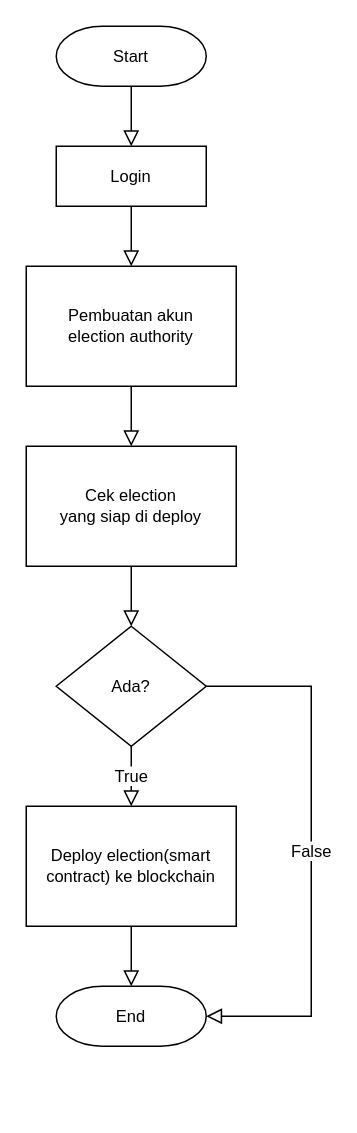
Before: page "super-admin" (9 of 11) of flowchart.drawio in cekingx/diagram-simvoni, a draw.io diagram. Source tidied: cells renumbered, new cells numbered last; positions are measured from the earlier drawing's top-left corner, leaving out a move shared by most shapes. Both pictures are drawn from the tidied source at 150%, with x=0, y=0 at pixel (26, 26).
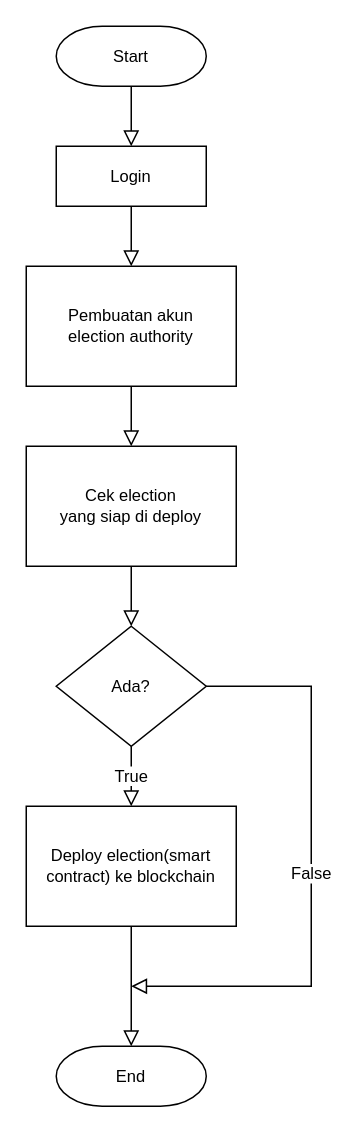
The same diagram, later.

What changed in the source:
```diff
@@
 <mxGraphModel>
   <root>
     <mxCell id="0" />
     <mxCell id="1" parent="0" />
     <mxCell id="2" style="edgeStyle=orthogonalEdgeStyle;rounded=0;jettySize=auto;html=1;entryX=0.5;entryY=0;entryDx=0;entryDy=0;shadow=0;strokeWidth=1;labelBackgroundColor=none;endFill=0;endArrow=block;endSize=8;" parent="1" edge="1" source="3" target="5">
       <mxGeometry relative="1" as="geometry" />
     </mxCell>
     <mxCell id="3" value="Start" style="strokeWidth=1;html=1;shape=mxgraph.flowchart.terminator;whiteSpace=wrap;rounded=0;shadow=0;fontSize=11;endFill=0;endArrow=block;endSize=8;" parent="1" vertex="1">
       <mxGeometry x="20" width="100" height="40" as="geometry" />
     </mxCell>
     <mxCell id="4" style="edgeStyle=orthogonalEdgeStyle;rounded=0;jettySize=auto;html=1;entryX=0.5;entryY=0;entryDx=0;entryDy=0;shadow=0;strokeWidth=1;labelBackgroundColor=none;endFill=0;endArrow=block;endSize=8;" parent="1" edge="1" source="5" target="7">
       <mxGeometry relative="1" as="geometry" />
     </mxCell>
     <mxCell id="5" value="Login" style="rounded=0;whiteSpace=wrap;html=1;absoluteArcSize=1;strokeWidth=1;shadow=0;fontSize=11;endFill=0;endArrow=block;endSize=8;" parent="1" vertex="1">
       <mxGeometry x="20" y="80" width="100" height="40" as="geometry" />
     </mxCell>
     <mxCell id="6" style="edgeStyle=orthogonalEdgeStyle;rounded=0;jettySize=auto;html=1;entryX=0.5;entryY=0;entryDx=0;entryDy=0;shadow=0;strokeWidth=1;labelBackgroundColor=none;endFill=0;endArrow=block;endSize=8;" parent="1" edge="1" source="7" target="9">
       <mxGeometry relative="1" as="geometry" />
     </mxCell>
     <mxCell id="7" value="Pembuatan akun&lt;br&gt;election authority" style="rounded=0;whiteSpace=wrap;html=1;absoluteArcSize=1;strokeWidth=1;shadow=0;fontSize=11;endFill=0;endArrow=block;endSize=8;" parent="1" vertex="1">
       <mxGeometry y="160" width="140" height="80" as="geometry" />
     </mxCell>
     <mxCell id="8" style="edgeStyle=orthogonalEdgeStyle;rounded=0;jettySize=auto;html=1;entryX=0.5;entryY=0;entryDx=0;entryDy=0;entryPerimeter=0;shadow=0;strokeWidth=1;labelBackgroundColor=none;endFill=0;endArrow=block;endSize=8;" parent="1" edge="1" source="9" target="12">
       <mxGeometry relative="1" as="geometry" />
     </mxCell>
     <mxCell id="9" value="Cek election &lt;br&gt;yang siap di deploy" style="rounded=0;whiteSpace=wrap;html=1;absoluteArcSize=1;strokeWidth=1;shadow=0;fontSize=11;endFill=0;endArrow=block;endSize=8;" parent="1" vertex="1">
       <mxGeometry y="280" width="140" height="80" as="geometry" />
     </mxCell>
     <mxCell id="10" value="True" style="edgeStyle=orthogonalEdgeStyle;rounded=0;jettySize=auto;html=1;entryX=0.5;entryY=0;entryDx=0;entryDy=0;shadow=0;strokeWidth=1;labelBackgroundColor=#ffffff;endFill=0;endArrow=block;endSize=8;" parent="1" edge="1" source="12" target="14">
       <mxGeometry relative="1" as="geometry" />
     </mxCell>
-    <mxCell id="11" value="False" style="edgeStyle=orthogonalEdgeStyle;rounded=0;jettySize=auto;html=1;entryX=1;entryY=0.5;entryDx=0;entryDy=0;entryPerimeter=0;shadow=0;strokeWidth=1;labelBackgroundColor=#ffffff;endFill=0;endArrow=block;endSize=8;" parent="1" edge="1" source="12" target="15">
+    <mxCell id="11" value="False" style="edgeStyle=orthogonalEdgeStyle;rounded=0;jettySize=auto;html=1;shadow=0;strokeWidth=1;labelBackgroundColor=#ffffff;endFill=0;endArrow=block;endSize=8;" parent="1" edge="1" source="12">
       <mxGeometry relative="1" as="geometry">
+        <mxPoint x="70" y="640" as="targetPoint" />
         <Array as="points">
           <mxPoint x="190" y="440" />
-          <mxPoint x="190" y="660" />
+          <mxPoint x="190" y="640" />
+          <mxPoint x="70" y="640" />
         </Array>
       </mxGeometry>
     </mxCell>
     <mxCell id="12" value="Ada?" style="strokeWidth=1;html=1;shape=mxgraph.flowchart.decision;whiteSpace=wrap;rounded=0;shadow=0;fontSize=11;endFill=0;endArrow=block;endSize=8;" parent="1" vertex="1">
       <mxGeometry x="20" y="400" width="100" height="80" as="geometry" />
     </mxCell>
     <mxCell id="13" style="edgeStyle=orthogonalEdgeStyle;rounded=0;jettySize=auto;html=1;entryX=0.5;entryY=0;entryDx=0;entryDy=0;entryPerimeter=0;shadow=0;strokeWidth=1;labelBackgroundColor=none;endFill=0;endArrow=block;endSize=8;" parent="1" edge="1" source="14" target="15">
       <mxGeometry relative="1" as="geometry" />
     </mxCell>
     <mxCell id="14" value="Deploy election(smart contract) ke blockchain" style="rounded=0;whiteSpace=wrap;html=1;absoluteArcSize=1;strokeWidth=1;shadow=0;fontSize=11;endFill=0;endArrow=block;endSize=8;" parent="1" vertex="1">
       <mxGeometry y="520" width="140" height="80" as="geometry" />
     </mxCell>
     <mxCell id="15" value="End" style="strokeWidth=1;html=1;shape=mxgraph.flowchart.terminator;whiteSpace=wrap;rounded=0;shadow=0;fontSize=11;endFill=0;endArrow=block;endSize=8;" parent="1" vertex="1">
-      <mxGeometry x="20" y="640" width="100" height="40" as="geometry" />
+      <mxGeometry x="20" y="680" width="100" height="40" as="geometry" />
     </mxCell>
   </root>
 </mxGraphModel>
```
